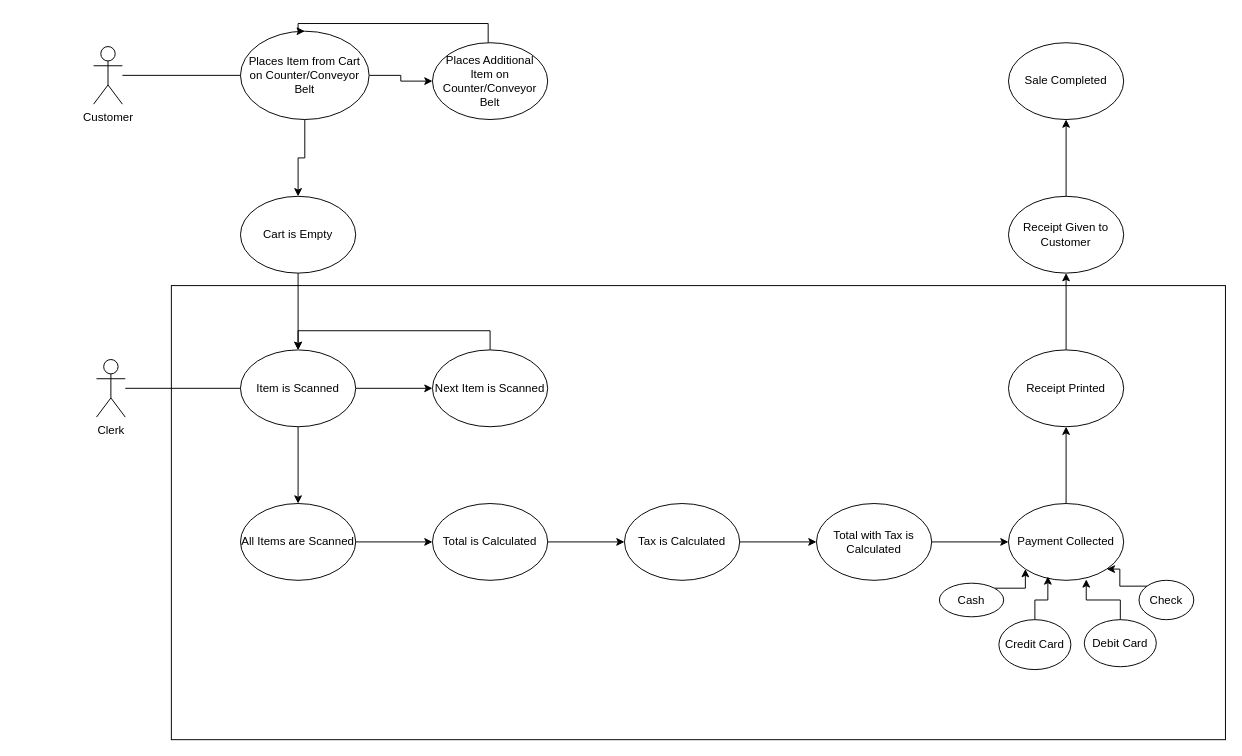
The draw.io diagram Submitted/Week4UseCaseModelDiagram.drawio in akwallace13/Object.Oriented.Software.Arch.AWallace, before the edit. Source tidied: cells renumbered, new cells numbered last; positions are measured from the earlier drawing's top-left corner, leaving out a move shared by most shapes. Both pictures are drawn from the tidied source at 96%, with x=0, y=0 at pixel (93, 23).
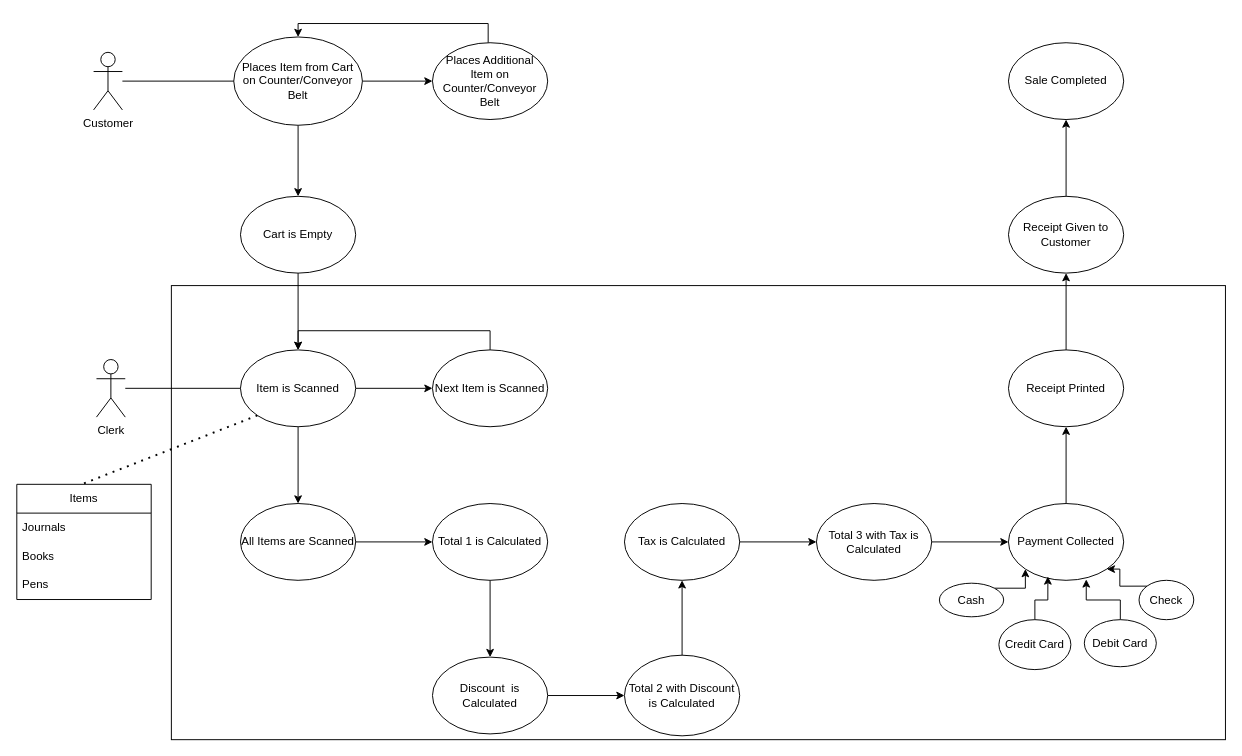
The same page after the edit.

The change refers to these unchanged cells:
```xml
<mxCell id="13" value="Item is Scanned" style="ellipse;whiteSpace=wrap;html=1;" parent="1" vertex="1">
  <mxGeometry x="153" y="340" width="120" height="80" as="geometry" />
</mxCell>
<mxCell id="21" value="Tax is Calculated" style="ellipse;whiteSpace=wrap;html=1;" parent="1" vertex="1">
  <mxGeometry x="553" y="500" width="120" height="80" as="geometry" />
</mxCell>
```

What changed in the source:
```diff
@@
     <mxCell id="3" value="Customer" style="shape=umlActor;verticalLabelPosition=bottom;verticalAlign=top;html=1;outlineConnect=0;" parent="1" vertex="1">
-      <mxGeometry y="24" width="30" height="60" as="geometry" />
+      <mxGeometry y="30" width="30" height="60" as="geometry" />
     </mxCell>
@@
     <mxCell id="6" value="Places Item from Cart on Counter/Conveyor Belt" style="ellipse;whiteSpace=wrap;html=1;" parent="1" vertex="1">
-      <mxGeometry x="153" y="8" width="134" height="92" as="geometry" />
+      <mxGeometry x="146" y="14" width="134" height="92" as="geometry" />
     </mxCell>
@@
-    <mxCell id="18" style="edgeStyle=orthogonalEdgeStyle;rounded=0;jettySize=auto;html=1;" parent="1" edge="1" source="19" target="21">
-      <mxGeometry relative="1" as="geometry" />
-    </mxCell>
+    <mxCell id="42" style="edgeStyle=orthogonalEdgeStyle;rounded=0;jettySize=auto;html=1;" parent="1" edge="1" source="19" target="44">
+      <mxGeometry relative="1" as="geometry" />
+    </mxCell>
-    <mxCell id="19" value="Total is Calculated" style="ellipse;whiteSpace=wrap;html=1;" parent="1" vertex="1">
+    <mxCell id="19" value="Total 1 is Calculated" style="ellipse;whiteSpace=wrap;html=1;" parent="1" vertex="1">
       <mxGeometry x="353" y="500" width="120" height="80" as="geometry" />
     </mxCell>
@@
-    <mxCell id="23" value="Total with Tax is Calculated" style="ellipse;whiteSpace=wrap;html=1;" parent="1" vertex="1">
+    <mxCell id="23" value="Total 3 with Tax is Calculated" style="ellipse;whiteSpace=wrap;html=1;" parent="1" vertex="1">
       <mxGeometry x="753" y="500" width="120" height="80" as="geometry" />
     </mxCell>
@@
+    <mxCell id="43" style="edgeStyle=orthogonalEdgeStyle;rounded=0;jettySize=auto;html=1;" parent="1" edge="1" source="44" target="45">
+      <mxGeometry relative="1" as="geometry" />
+    </mxCell>
+    <mxCell id="44" value="Discount&amp;nbsp; is Calculated" style="ellipse;whiteSpace=wrap;html=1;" parent="1" vertex="1">
+      <mxGeometry x="353" y="660" width="120" height="80" as="geometry" />
+    </mxCell>
+    <mxCell id="45" value="Total 2 with Discount is Calculated" style="ellipse;whiteSpace=wrap;html=1;" parent="1" vertex="1">
+      <mxGeometry x="553" y="658" width="120" height="84" as="geometry" />
+    </mxCell>
+    <mxCell id="46" style="endArrow=classic;html=1;rounded=0;exitX=0.5;exitY=0;exitDx=0;exitDy=0;entryX=0.5;entryY=1;entryDx=0;entryDy=0;" parent="1" edge="1" source="45" target="21">
+      <mxGeometry relative="1" as="geometry" />
+    </mxCell>
+    <mxCell id="47" value="Items" style="swimlane;fontStyle=0;horizontal=1;startSize=30;whiteSpace=wrap;html=1;" parent="1" vertex="1">
+      <mxGeometry x="-80" y="480" width="140" height="120" as="geometry" />
+    </mxCell>
+    <mxCell id="48" value="Journals" style="text;strokeColor=none;fillColor=none;align=left;verticalAlign=middle;spacingLeft=4;spacingRight=4;overflow=hidden;whiteSpace=wrap;html=1;" parent="47" vertex="1">
+      <mxGeometry y="30" width="140" height="30" as="geometry" />
+    </mxCell>
+    <mxCell id="49" value="Books" style="text;strokeColor=none;fillColor=none;align=left;verticalAlign=middle;spacingLeft=4;spacingRight=4;overflow=hidden;whiteSpace=wrap;html=1;" parent="47" vertex="1">
+      <mxGeometry y="60" width="140" height="30" as="geometry" />
+    </mxCell>
+    <mxCell id="50" value="Pens" style="text;strokeColor=none;fillColor=none;align=left;verticalAlign=middle;spacingLeft=4;spacingRight=4;overflow=hidden;whiteSpace=wrap;html=1;" parent="47" vertex="1">
+      <mxGeometry y="90" width="140" height="30" as="geometry" />
+    </mxCell>
+    <mxCell id="51" style="endArrow=none;dashed=1;html=1;dashPattern=1 3;strokeWidth=2;rounded=0;entryX=0;entryY=1;entryDx=0;entryDy=0;" parent="1" edge="1" target="13">
+      <mxGeometry relative="1" as="geometry">
+        <mxPoint x="-10" y="479" as="sourcePoint" />
+      </mxGeometry>
+    </mxCell>
```
